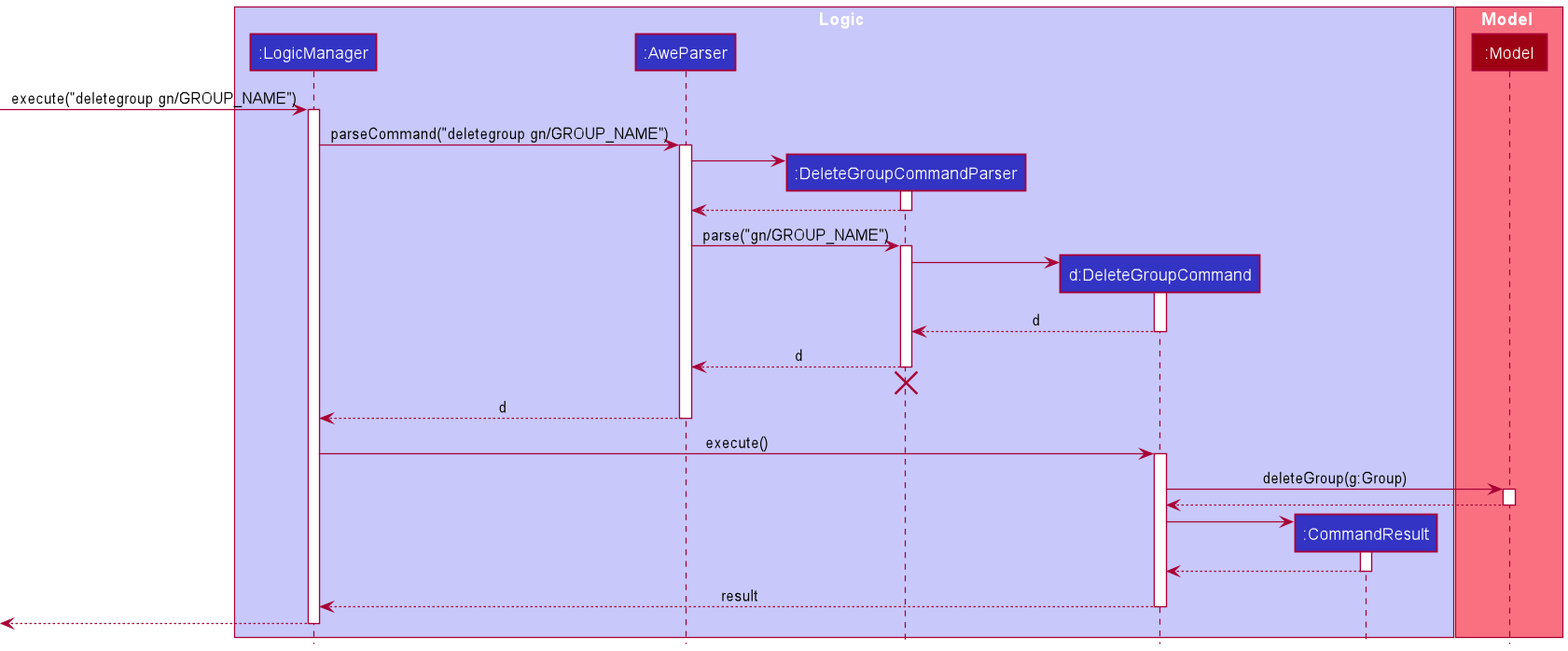
This is docs/images/DeleteGroupSequenceDiagram.png from ramapriyan912001/tp, a PlantUML export, as it was before one commit.
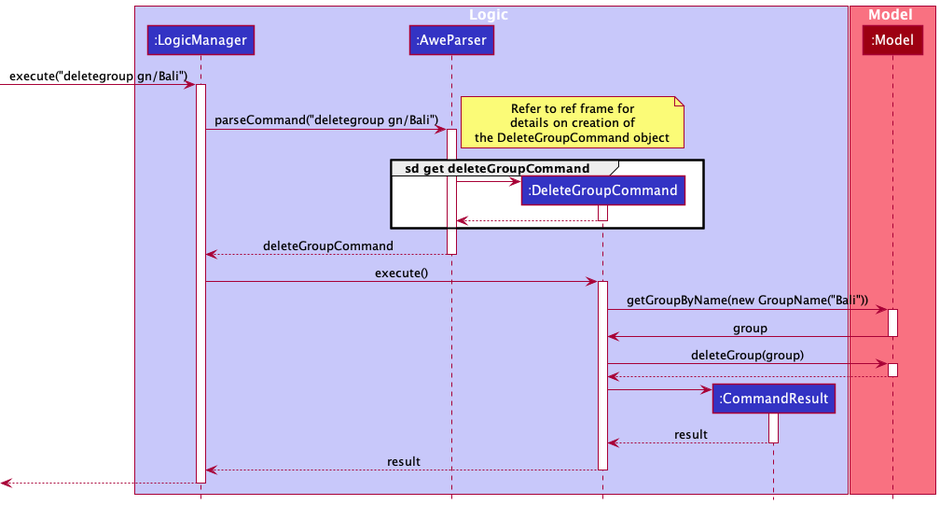
The same diagram one commit later.

Commit message:
Edit sequence diagrams

Change to the diagram source:
```diff
@@ -4,8 +4,7 @@
 box Logic LOGIC_COLOR_T1
 participant ":LogicManager" as LogicManager LOGIC_COLOR
 participant ":AweParser" as AweParser LOGIC_COLOR
-participant ":DeleteGroupCommandParser" as DeleteGroupCommandParser LOGIC_COLOR
-participant "d:DeleteGroupCommand" as DeleteGroupCommand LOGIC_COLOR
+participant ":DeleteGroupCommand" as DeleteGroupCommand LOGIC_COLOR
 participant ":CommandResult" as CommandResult LOGIC_COLOR
 end box
 
@@ -13,43 +12,39 @@
 participant ":Model" as Model MODEL_COLOR
 end box
 
-[-> LogicManager : execute("deletegroup gn/GROUP_NAME")
+[-> LogicManager : execute("deletegroup gn/Bali")
 activate LogicManager
 
-LogicManager -> AweParser : parseCommand("deletegroup gn/GROUP_NAME")
+LogicManager -> AweParser : parseCommand("deletegroup gn/Bali")
 activate AweParser
 
-create DeleteGroupCommandParser
-AweParser -> DeleteGroupCommandParser
-activate DeleteGroupCommandParser
+note right
+Refer to ref frame for
+details on creation of
+the DeleteGroupCommand object
+end note
+group sd get deleteGroupCommand
+create DeleteGroupCommand
+AweParser -> DeleteGroupCommand
+activate DeleteGroupCommand
+DeleteGroupCommand --> AweParser
+deactivate DeleteGroupCommand
+end group
 
-DeleteGroupCommandParser --> AweParser
-deactivate DeleteGroupCommandParser
-
-AweParser -> DeleteGroupCommandParser : parse("gn/GROUP_NAME")
-activate DeleteGroupCommandParser
-
-create DeleteGroupCommand
-DeleteGroupCommandParser -> DeleteGroupCommand
-activate DeleteGroupCommand
-
-DeleteGroupCommand --> DeleteGroupCommandParser : d
-deactivate DeleteGroupCommand
-
-DeleteGroupCommandParser --> AweParser : d
-deactivate DeleteGroupCommandParser
-DeleteGroupCommandParser -[hidden]-> AweParser
-destroy DeleteGroupCommandParser
-
-AweParser --> LogicManager : d
+AweParser --> LogicManager : deleteGroupCommand
 deactivate AweParser
 
 LogicManager -> DeleteGroupCommand : execute()
 activate DeleteGroupCommand
 
-DeleteGroupCommand -> Model : deleteGroup(g:Group)
+DeleteGroupCommand -> Model : getGroupByName(new GroupName("Bali"))
 activate Model
+Model -> DeleteGroupCommand : group
 
+deactivate Model
+
+DeleteGroupCommand -> Model : deleteGroup(group)
+activate Model
 Model --> DeleteGroupCommand
 deactivate Model
 
@@ -57,7 +52,7 @@
 DeleteGroupCommand -> CommandResult
 activate CommandResult
 
-CommandResult --> DeleteGroupCommand
+CommandResult --> DeleteGroupCommand : result
 deactivate CommandResult
 
 DeleteGroupCommand --> LogicManager : result
```
